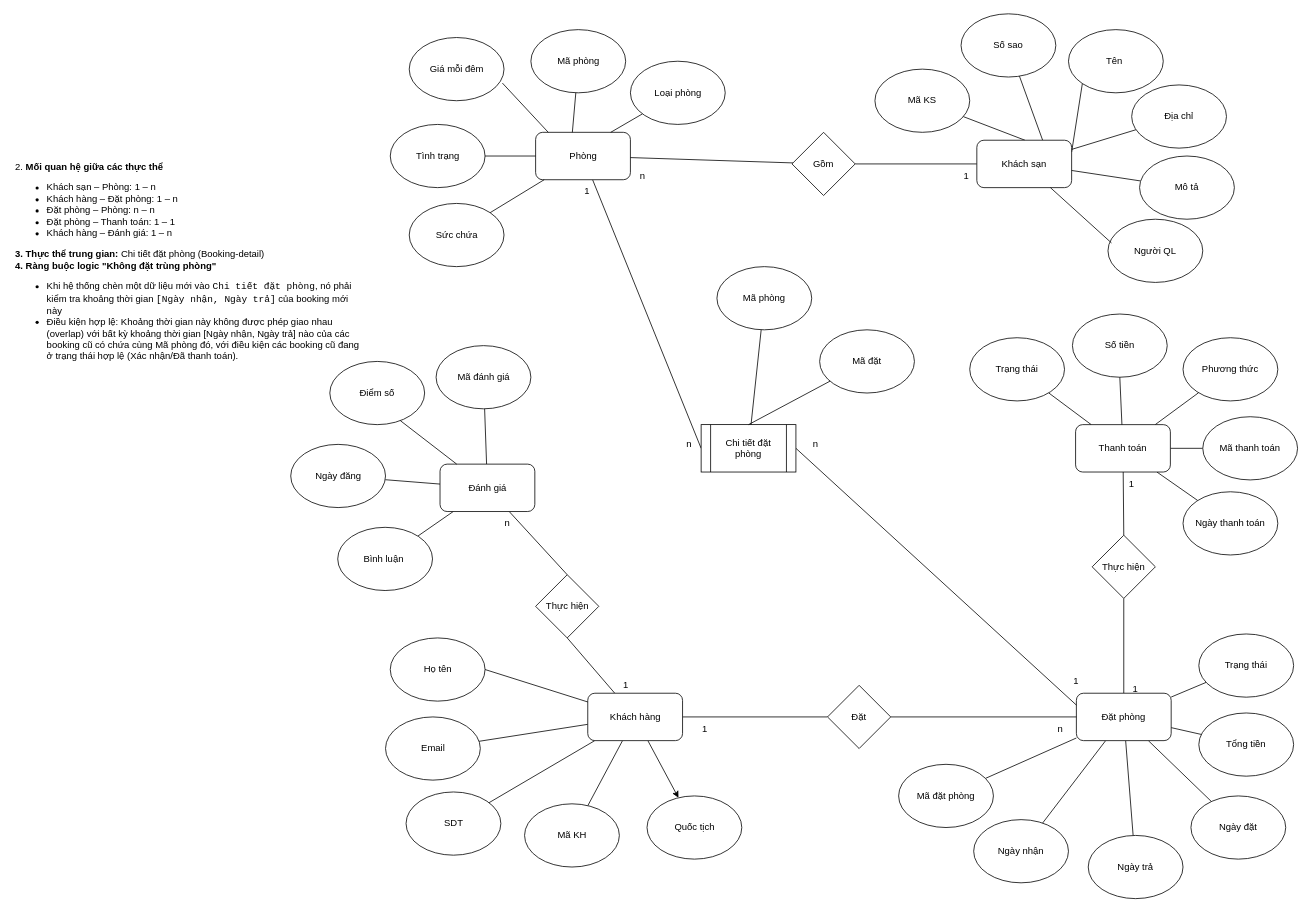
DuyTrung8403/session1-rikkei keeps this draw.io diagram as cau3.drawio. Above is the earlier version. Source tidied: cells renumbered, new cells numbered last; positions are measured from the earlier drawing's top-left corner, leaving out a move shared by most shapes. Both pictures are drawn from the tidied source at 79%, with x=0, y=0 at pixel (13, 13).
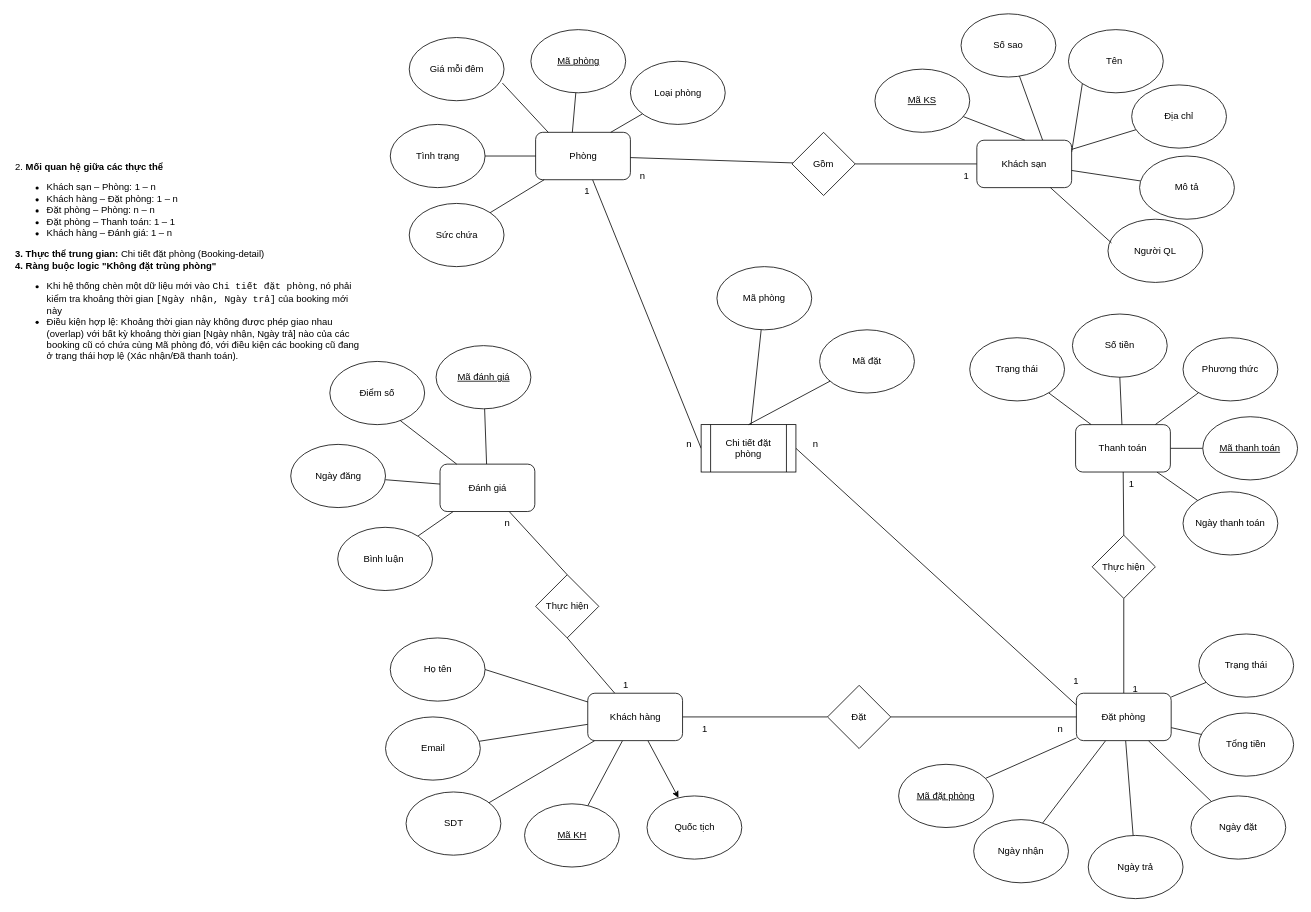
The same page after the edit.

What changed in the source:
```diff
@@
-    <mxCell id="9" value="Mã KS" style="ellipse;whiteSpace=wrap;html=1;" parent="1" vertex="1">
+    <mxCell id="9" value="Mã KS" style="ellipse;whiteSpace=wrap;html=1;fontStyle=4;" parent="1" vertex="1">
       <mxGeometry x="1090" y="70" width="120" height="80" as="geometry" />
     </mxCell>
@@
-    <mxCell id="22" value="Mã KH" style="ellipse;whiteSpace=wrap;html=1;" parent="1" vertex="1">
+    <mxCell id="22" value="Mã KH" style="ellipse;whiteSpace=wrap;html=1;fontStyle=4;" parent="1" vertex="1">
       <mxGeometry x="646.5" y="1000" width="120" height="80" as="geometry" />
     </mxCell>
@@
-    <mxCell id="31" value="Mã phòng" style="ellipse;whiteSpace=wrap;html=1;" parent="1" vertex="1">
+    <mxCell id="31" value="Mã phòng" style="ellipse;whiteSpace=wrap;html=1;fontStyle=4;" parent="1" vertex="1">
       <mxGeometry x="654.5" y="20" width="120" height="80" as="geometry" />
     </mxCell>
@@
-    <mxCell id="45" value="Mã đặt phòng" style="ellipse;whiteSpace=wrap;html=1;" parent="1" vertex="1">
+    <mxCell id="45" value="Mã đặt phòng" style="ellipse;whiteSpace=wrap;html=1;fontStyle=4;" parent="1" vertex="1">
       <mxGeometry x="1120" y="950" width="120" height="80" as="geometry" />
     </mxCell>
@@
-    <mxCell id="74" value="Mã thanh toán" style="ellipse;whiteSpace=wrap;html=1;" parent="1" vertex="1">
+    <mxCell id="74" value="Mã thanh toán" style="ellipse;whiteSpace=wrap;html=1;fontStyle=4;" parent="1" vertex="1">
       <mxGeometry x="1505" y="510" width="120" height="80" as="geometry" />
     </mxCell>
@@
-    <mxCell id="92" value="Mã đánh giá" style="ellipse;whiteSpace=wrap;html=1;" parent="1" vertex="1">
+    <mxCell id="92" value="Mã đánh giá" style="ellipse;whiteSpace=wrap;html=1;fontStyle=4;" parent="1" vertex="1">
       <mxGeometry x="534.5" y="420" width="120" height="80" as="geometry" />
     </mxCell>
```
